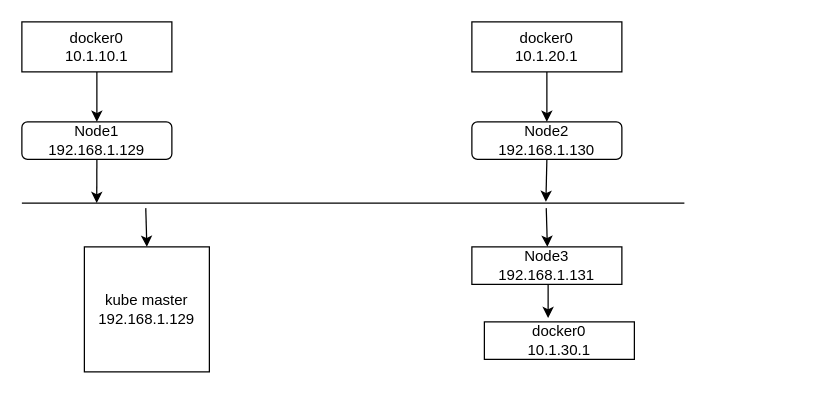
Before: 未命名绘图.drawio in redgra0315/architecture, a draw.io diagram. Source tidied: cells renumbered, new cells numbered last; positions are measured from the earlier drawing's top-left corner, leaving out a move shared by most shapes. Both pictures are drawn from the tidied source at 125%, with x=0, y=0 at pixel (21, 21).
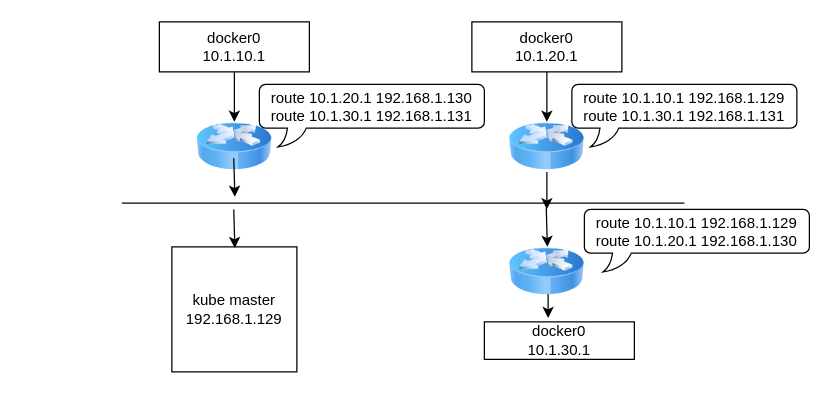
The same page after the edit.

Commit message:
实验环境网络图.drawio

Unchanged cells that the change refers to:
```xml
<mxCell id="5" value="docker0&lt;br&gt;10.1.20.1" style="rounded=0;whiteSpace=wrap;html=1;" parent="1" vertex="1">
  <mxGeometry x="360" width="120" height="40" as="geometry" />
</mxCell>
<mxCell id="13" value="docker0&lt;br&gt;10.1.30.1" style="rounded=0;whiteSpace=wrap;html=1;" parent="1" vertex="1">
  <mxGeometry x="370" y="240" width="120" height="30" as="geometry" />
</mxCell>
```

Diff of the diagram source:
```diff
@@
-    <mxCell id="2" style="edgeStyle=orthogonalEdgeStyle;rounded=0;jettySize=auto;html=1;exitX=0.5;exitY=1;exitDx=0;exitDy=0;entryX=0.5;entryY=0;entryDx=0;entryDy=0;" parent="1" edge="1" source="3" target="7">
-      <mxGeometry relative="1" as="geometry" />
-    </mxCell>
+    <mxCell id="17" style="edgeStyle=orthogonalEdgeStyle;rounded=0;jettySize=auto;html=1;exitX=0.5;exitY=1;exitDx=0;exitDy=0;entryX=0.5;entryY=0;entryDx=0;entryDy=0;" parent="1" edge="1" source="3" target="18">
+      <mxGeometry relative="1" as="geometry" />
+    </mxCell>
     <mxCell id="3" value="docker0&lt;br&gt;10.1.10.1" style="rounded=0;whiteSpace=wrap;html=1;" parent="1" vertex="1">
-      <mxGeometry width="120" height="40" as="geometry" />
+      <mxGeometry x="110" width="120" height="40" as="geometry" />
     </mxCell>
-    <mxCell id="4" style="edgeStyle=orthogonalEdgeStyle;rounded=0;jettySize=auto;html=1;exitX=0.5;exitY=1;exitDx=0;exitDy=0;entryX=0.5;entryY=0;entryDx=0;entryDy=0;" parent="1" edge="1" source="5" target="9">
-      <mxGeometry relative="1" as="geometry" />
+    <mxCell id="4" style="edgeStyle=orthogonalEdgeStyle;rounded=0;jettySize=auto;html=1;exitX=0.5;exitY=1;exitDx=0;exitDy=0;entryX=0.5;entryY=0;entryDx=0;entryDy=0;" parent="1" edge="1" source="5">
+      <mxGeometry relative="1" as="geometry">
+        <mxPoint x="420" y="80" as="targetPoint" />
+      </mxGeometry>
     </mxCell>
@@
-    <mxCell id="6" style="edgeStyle=orthogonalEdgeStyle;rounded=0;jettySize=auto;html=1;exitX=0.5;exitY=1;exitDx=0;exitDy=0;entryX=0.113;entryY=0.5;entryDx=0;entryDy=0;entryPerimeter=0;" parent="1" edge="1" source="7" target="14">
-      <mxGeometry relative="1" as="geometry" />
-    </mxCell>
-    <mxCell id="7" value="Node1&lt;br&gt;192.168.1.129" style="rounded=1;whiteSpace=wrap;html=1;" parent="1" vertex="1">
-      <mxGeometry y="80" width="120" height="30" as="geometry" />
-    </mxCell>
-    <mxCell id="8" style="edgeStyle=orthogonalEdgeStyle;rounded=0;jettySize=auto;html=1;exitX=0.5;exitY=1;exitDx=0;exitDy=0;entryX=0.791;entryY=0.4;entryDx=0;entryDy=0;entryPerimeter=0;" parent="1" edge="1" source="9" target="14">
-      <mxGeometry relative="1" as="geometry" />
-    </mxCell>
-    <mxCell id="9" value="Node2&lt;br&gt;192.168.1.130" style="rounded=1;whiteSpace=wrap;html=1;" parent="1" vertex="1">
-      <mxGeometry x="360" y="80" width="120" height="30" as="geometry" />
-    </mxCell>
     <mxCell id="10" value="kube master&lt;br&gt;192.168.1.129" style="whiteSpace=wrap;html=1;" parent="1" vertex="1">
-      <mxGeometry x="50" y="180" width="100" height="100" as="geometry" />
+      <mxGeometry x="120" y="180" width="100" height="100" as="geometry" />
     </mxCell>
-    <mxCell id="11" style="edgeStyle=orthogonalEdgeStyle;rounded=0;jettySize=auto;html=1;exitX=0.5;exitY=1;exitDx=0;exitDy=0;entryX=0.425;entryY=-0.1;entryDx=0;entryDy=0;entryPerimeter=0;" parent="1" edge="1" source="12" target="13">
-      <mxGeometry relative="1" as="geometry" />
+    <mxCell id="11" style="edgeStyle=orthogonalEdgeStyle;rounded=0;jettySize=auto;html=1;exitX=0.5;exitY=1;exitDx=0;exitDy=0;entryX=0.425;entryY=-0.1;entryDx=0;entryDy=0;entryPerimeter=0;" parent="1" edge="1" target="13">
+      <mxGeometry relative="1" as="geometry">
+        <mxPoint x="420" y="210" as="sourcePoint" />
+      </mxGeometry>
     </mxCell>
-    <mxCell id="12" value="Node3&lt;br&gt;192.168.1.131" style="rounded=0;whiteSpace=wrap;html=1;" parent="1" vertex="1">
-      <mxGeometry x="360" y="180" width="120" height="30" as="geometry" />
-    </mxCell>
@@
     <mxCell id="14" style="line;strokeWidth=1;dashed=0;labelPosition=right;align=left;verticalAlign=middle;spacingTop=0;spacingLeft=6;points=[];portConstraint=eastwest;" parent="1" vertex="1">
-      <mxGeometry y="140" width="530" height="10" as="geometry" />
+      <mxGeometry x="80" y="140" width="450" height="10" as="geometry" />
     </mxCell>
-    <mxCell id="15" style="endArrow=classic;html=1;rounded=0;entryX=0.5;entryY=0;entryDx=0;entryDy=0;exitX=0.187;exitY=0.9;exitDx=0;exitDy=0;exitPerimeter=0;" parent="1" edge="1" source="14" target="10">
-      <mxGeometry relative="1" as="geometry" />
-    </mxCell>
@@
+    <mxCell id="18" style="image;html=1;image=img/lib/clip_art/networking/Router_Icon_128x128.png;" parent="1" vertex="1">
+      <mxGeometry x="140" y="80" width="60" height="40" as="geometry" />
+    </mxCell>
+    <mxCell id="19" style="edgeStyle=orthogonalEdgeStyle;rounded=0;jettySize=auto;html=1;exitX=0.5;exitY=1;exitDx=0;exitDy=0;" parent="1" edge="1" source="20">
+      <mxGeometry relative="1" as="geometry">
+        <mxPoint x="420" y="150" as="targetPoint" />
+      </mxGeometry>
+    </mxCell>
+    <mxCell id="20" style="image;html=1;image=img/lib/clip_art/networking/Router_Icon_128x128.png;" parent="1" vertex="1">
+      <mxGeometry x="390" y="80" width="60" height="40" as="geometry" />
+    </mxCell>
+    <mxCell id="21" style="image;html=1;image=img/lib/clip_art/networking/Router_Icon_128x128.png;" parent="1" vertex="1">
+      <mxGeometry x="390" y="180" width="60" height="40" as="geometry" />
+    </mxCell>
+    <mxCell id="22" value="route 10.1.10.1 192.168.1.129&lt;br&gt;route 10.1.20.1 192.168.1.130" style="whiteSpace=wrap;html=1;shape=mxgraph.basic.roundRectCallout;dx=30;dy=15;size=5;boundedLbl=1;" parent="1" vertex="1">
+      <mxGeometry x="450" y="150" width="180" height="50" as="geometry" />
+    </mxCell>
+    <mxCell id="23" value="route 10.1.10.1 192.168.1.129&lt;br&gt;route 10.1.30.1 192.168.1.131" style="whiteSpace=wrap;html=1;shape=mxgraph.basic.roundRectCallout;dx=30;dy=15;size=5;boundedLbl=1;" parent="1" vertex="1">
+      <mxGeometry x="440" y="50" width="180" height="50" as="geometry" />
+    </mxCell>
+    <mxCell id="24" value="route 10.1.20.1 192.168.1.130&lt;br&gt;route 10.1.30.1 192.168.1.131" style="whiteSpace=wrap;html=1;shape=mxgraph.basic.roundRectCallout;dx=30;dy=15;size=5;boundedLbl=1;" parent="1" vertex="1">
+      <mxGeometry x="190" y="50" width="180" height="50" as="geometry" />
+    </mxCell>
+    <mxCell id="25" style="endArrow=classic;html=1;rounded=0;entryX=0.5;entryY=0;entryDx=0;entryDy=0;exitX=0.187;exitY=0.9;exitDx=0;exitDy=0;exitPerimeter=0;" parent="1" edge="1">
+      <mxGeometry relative="1" as="geometry">
+        <mxPoint x="169.5" y="150" as="sourcePoint" />
+        <mxPoint x="170.4" y="181" as="targetPoint" />
+      </mxGeometry>
+    </mxCell>
+    <mxCell id="26" style="endArrow=classic;html=1;rounded=0;entryX=0.5;entryY=0;entryDx=0;entryDy=0;exitX=0.187;exitY=0.9;exitDx=0;exitDy=0;exitPerimeter=0;" parent="1" edge="1">
+      <mxGeometry relative="1" as="geometry">
+        <mxPoint x="169.5" y="109" as="sourcePoint" />
+        <mxPoint x="170.4" y="140" as="targetPoint" />
+      </mxGeometry>
+    </mxCell>
```
